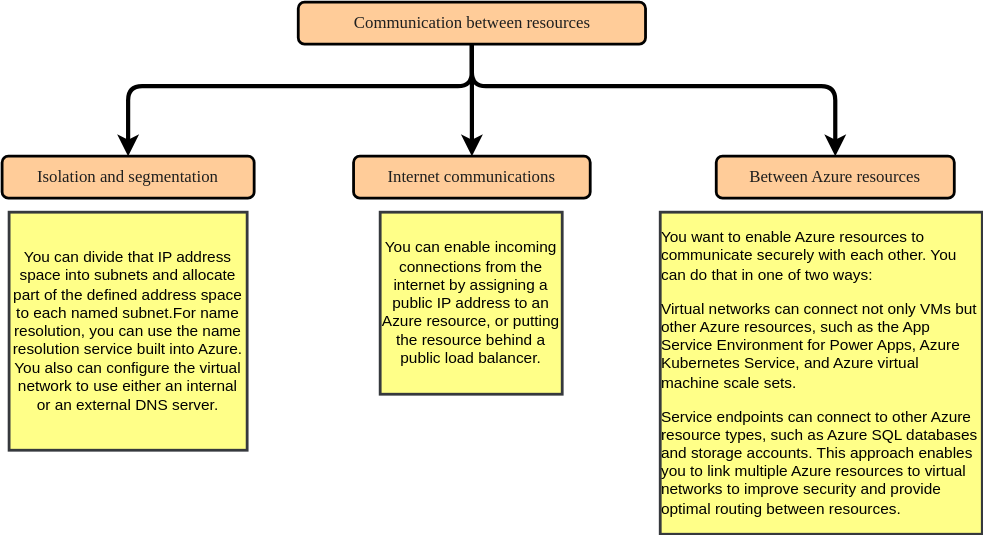
The draw.io diagram azure/fundamentals/Azure.communications.drawio.svg in sunnybharne/draw.io, before a commit. Source tidied: cells renumbered, new cells last; positions are measured from the earlier drawing's top-left corner, leaving out a move shared by most shapes.
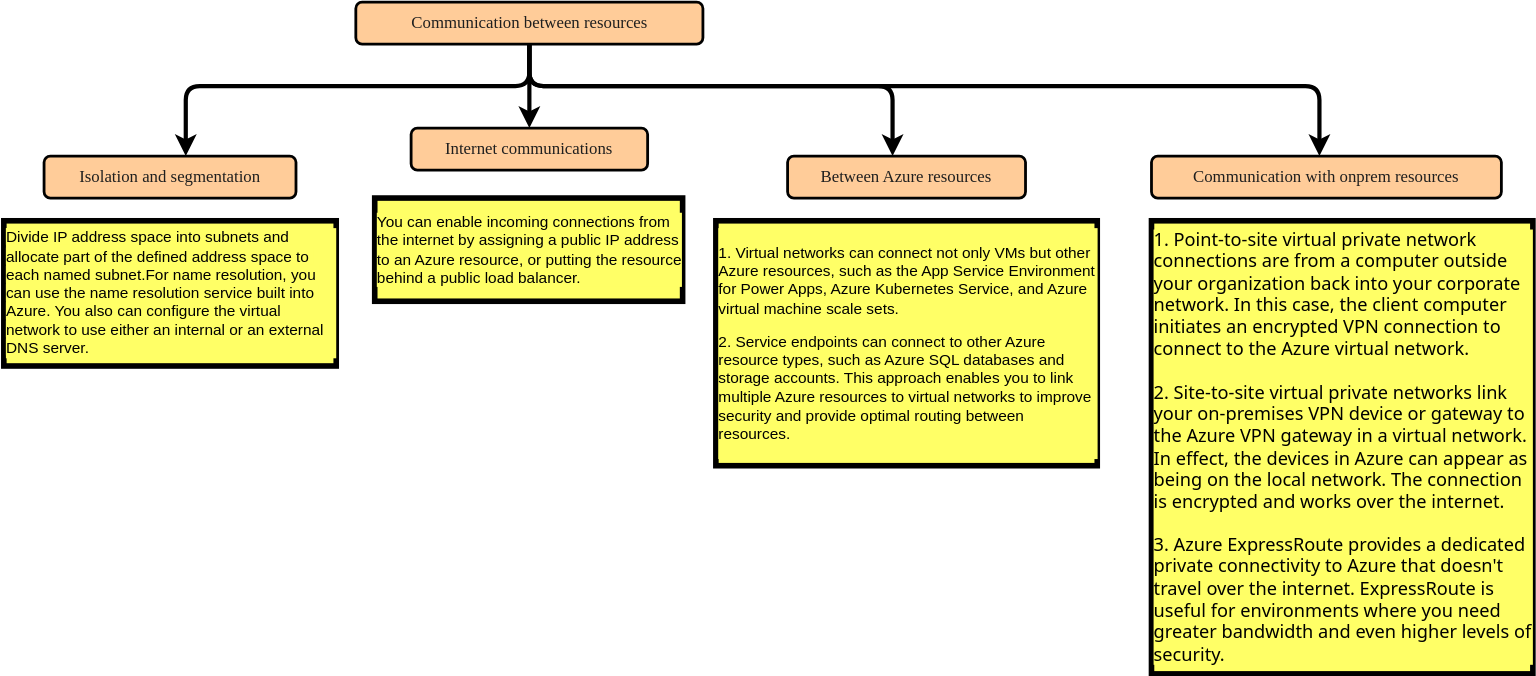
The same file after the commit.

The edit, as a diff of the source:
```diff
@@ -21,6 +21,14 @@
         </Array>
       </mxGeometry>
     </mxCell>
+    <mxCell id="13" style="edgeStyle=orthogonalEdgeStyle;shape=connector;curved=0;rounded=1;jettySize=auto;html=1;strokeColor=default;strokeWidth=3;align=center;verticalAlign=middle;fontFamily=Helvetica;fontSize=11;fontColor=default;labelBackgroundColor=default;endArrow=classic;" parent="1" edge="1" source="5" target="16">
+      <mxGeometry relative="1" as="geometry">
+        <Array as="points">
+          <mxPoint x="336" y="60" />
+          <mxPoint x="900" y="60" />
+        </Array>
+      </mxGeometry>
+    </mxCell>
     <mxCell id="5" value="&lt;span style=&quot;white-space: pre-wrap; color: rgb(31, 31, 31);&quot;&gt;Communication between resources&lt;/span&gt;" style="rounded=1;whiteSpace=wrap;html=1;align=center;fillColor=#FFCC99;strokeColor=#000000;strokeWidth=2;fontFamily=Verdana;glass=0;" parent="1" vertex="1">
       <mxGeometry x="211.5" width="248" height="30" as="geometry" />
     </mxCell>
@@ -28,22 +36,28 @@
       <mxGeometry relative="1" as="geometry" />
     </mxCell>
     <mxCell id="7" value="&lt;span style=&quot;text-align: start; white-space: pre-wrap; color: rgb(31, 31, 31);&quot;&gt;Isolation and segmentation&lt;/span&gt;" style="rounded=1;whiteSpace=wrap;html=1;align=center;fillColor=#FFCC99;strokeColor=#000000;strokeWidth=2;fontFamily=Verdana;glass=0;labelBorderColor=none;labelBackgroundColor=none;" parent="1" vertex="1">
-      <mxGeometry y="110" width="180" height="30" as="geometry" />
+      <mxGeometry x="-11.2" y="110" width="180" height="30" as="geometry" />
     </mxCell>
     <mxCell id="8" value="&lt;span style=&quot;text-align: start; white-space: pre-wrap; color: rgb(31, 31, 31);&quot;&gt;Between Azure resources&lt;/span&gt;" style="rounded=1;whiteSpace=wrap;html=1;align=center;fillColor=#FFCC99;strokeColor=#000000;strokeWidth=2;fontFamily=Verdana;glass=0;labelBorderColor=none;labelBackgroundColor=none;" parent="1" vertex="1">
-      <mxGeometry x="510" y="110" width="170" height="30" as="geometry" />
+      <mxGeometry x="520" y="110" width="170" height="30" as="geometry" />
     </mxCell>
     <mxCell id="9" value="&lt;span style=&quot;text-align: start; white-space: pre-wrap; color: rgb(31, 31, 31);&quot;&gt;Internet communications&lt;/span&gt;" style="rounded=1;whiteSpace=wrap;html=1;align=center;fillColor=#FFCC99;strokeColor=#000000;strokeWidth=2;fontFamily=Verdana;glass=0;labelBorderColor=none;labelBackgroundColor=none;" parent="1" vertex="1">
-      <mxGeometry x="251" y="110" width="169" height="30" as="geometry" />
+      <mxGeometry x="251" y="90" width="169" height="30" as="geometry" />
     </mxCell>
-    <mxCell id="10" value="&lt;span style=&quot;text-align: start; white-space: pre-wrap;&quot;&gt;You can divide that IP address space into &lt;/span&gt;&lt;span style=&quot;text-align: start; white-space: pre-wrap;&quot;&gt;subnets and allocate part of the defined &lt;/span&gt;&lt;span style=&quot;text-align: start; white-space: pre-wrap;&quot;&gt;address space to each named subnet.For &lt;/span&gt;&lt;span style=&quot;text-align: start; white-space: pre-wrap;&quot;&gt;name resolution, you can use the name &lt;/span&gt;&lt;span style=&quot;text-align: start; white-space: pre-wrap;&quot;&gt;resolution service built into Azure. You also &lt;/span&gt;&lt;span style=&quot;text-align: start; white-space: pre-wrap;&quot;&gt;can configure the virtual network to use &lt;/span&gt;&lt;span style=&quot;text-align: start; white-space: pre-wrap;&quot;&gt;either an internal or an external DNS server.&lt;/span&gt;" style="whiteSpace=wrap;html=1;rounded=0;glass=0;strokeWidth=2;align=center;verticalAlign=middle;fontFamily=Helvetica;fontSize=11;labelBackgroundColor=none;labelBorderColor=none;fillColor=#ffff88;strokeColor=#36393d;" parent="1" vertex="1">
-      <mxGeometry x="5" y="150" width="170" height="170" as="geometry" />
-    </mxCell>
-    <mxCell id="11" value="&lt;span style=&quot;text-align: start; white-space: pre-wrap;&quot;&gt;You can enable incoming &lt;/span&gt;&lt;span style=&quot;text-align: start; white-space: pre-wrap;&quot;&gt;connections from the internet by &lt;/span&gt;&lt;span style=&quot;text-align: start; white-space: pre-wrap;&quot;&gt;assigning a public IP address to &lt;/span&gt;&lt;span style=&quot;text-align: start; white-space: pre-wrap;&quot;&gt;an Azure resource, or putting &lt;/span&gt;&lt;span style=&quot;text-align: start; white-space: pre-wrap;&quot;&gt;the resource behind a public &lt;/span&gt;&lt;span style=&quot;text-align: start; white-space: pre-wrap;&quot;&gt;load balancer.&lt;/span&gt;" style="whiteSpace=wrap;html=1;rounded=0;glass=0;strokeWidth=2;align=center;verticalAlign=middle;fontFamily=Helvetica;fontSize=11;labelBackgroundColor=none;labelBorderColor=none;fillColor=#ffff88;strokeColor=#36393d;" parent="1" vertex="1">
-      <mxGeometry x="270" y="150" width="130" height="130" as="geometry" />
+    <mxCell id="11" value="&lt;span style=&quot;caret-color: rgb(0, 0, 0); color: rgb(0, 0, 0); font-family: Helvetica; font-size: 11px; font-style: normal; font-variant-caps: normal; font-weight: 400; letter-spacing: normal; orphans: auto; text-align: left; text-indent: 0px; text-transform: none; white-space: pre-wrap; widows: auto; word-spacing: 0px; -webkit-text-stroke-width: 0px; text-decoration: none;&quot;&gt;You can enable incoming &lt;/span&gt;&lt;span style=&quot;caret-color: rgb(0, 0, 0); color: rgb(0, 0, 0); font-family: Helvetica; font-size: 11px; font-style: normal; font-variant-caps: normal; font-weight: 400; letter-spacing: normal; orphans: auto; text-align: left; text-indent: 0px; text-transform: none; white-space: pre-wrap; widows: auto; word-spacing: 0px; -webkit-text-stroke-width: 0px; text-decoration: none;&quot;&gt;connections from the internet by &lt;/span&gt;&lt;span style=&quot;caret-color: rgb(0, 0, 0); color: rgb(0, 0, 0); font-family: Helvetica; font-size: 11px; font-style: normal; font-variant-caps: normal; font-weight: 400; letter-spacing: normal; orphans: auto; text-align: left; text-indent: 0px; text-transform: none; white-space: pre-wrap; widows: auto; word-spacing: 0px; -webkit-text-stroke-width: 0px; text-decoration: none;&quot;&gt;assigning a public IP address to &lt;/span&gt;&lt;span style=&quot;caret-color: rgb(0, 0, 0); color: rgb(0, 0, 0); font-family: Helvetica; font-size: 11px; font-style: normal; font-variant-caps: normal; font-weight: 400; letter-spacing: normal; orphans: auto; text-align: left; text-indent: 0px; text-transform: none; white-space: pre-wrap; widows: auto; word-spacing: 0px; -webkit-text-stroke-width: 0px; text-decoration: none;&quot;&gt;an Azure resource, or putting &lt;/span&gt;&lt;span style=&quot;caret-color: rgb(0, 0, 0); color: rgb(0, 0, 0); font-family: Helvetica; font-size: 11px; font-style: normal; font-variant-caps: normal; font-weight: 400; letter-spacing: normal; orphans: auto; text-align: left; text-indent: 0px; text-transform: none; white-space: pre-wrap; widows: auto; word-spacing: 0px; -webkit-text-stroke-width: 0px; text-decoration: none;&quot;&gt;the resource behind a public &lt;/span&gt;&lt;span style=&quot;caret-color: rgb(0, 0, 0); color: rgb(0, 0, 0); font-family: Helvetica; font-size: 11px; font-style: normal; font-variant-caps: normal; font-weight: 400; letter-spacing: normal; orphans: auto; text-align: left; text-indent: 0px; text-transform: none; white-space: pre-wrap; widows: auto; word-spacing: 0px; -webkit-text-stroke-width: 0px; text-decoration: none;&quot;&gt;load balancer.&lt;/span&gt;" style="rounded=0;whiteSpace=wrap;html=1;glass=0;strokeColor=#000000;strokeWidth=4;align=left;verticalAlign=middle;fontFamily=Helvetica;fontSize=11;fontColor=default;labelBackgroundColor=#FFFF66;fillColor=#FFFF66;" parent="1" vertex="1">
+      <mxGeometry x="225" y="140" width="220" height="73.8" as="geometry" />
     </mxCell>
-    <mxCell id="12" value="&lt;p dir=&quot;ltr&quot; style=&quot;text-align: start;&quot;&gt;&lt;span style=&quot;white-space: pre-wrap;&quot;&gt;You want to enable Azure resources to communicate securely &lt;/span&gt;&lt;span style=&quot;white-space: pre-wrap;&quot;&gt;with each other. You can do that in one of two ways:&lt;/span&gt;&lt;/p&gt;&lt;p dir=&quot;ltr&quot; style=&quot;text-align: start;&quot;&gt;&lt;span style=&quot;white-space: pre-wrap;&quot;&gt;Virtual networks can connect not only VMs but other Azure &lt;/span&gt;&lt;span style=&quot;white-space: pre-wrap;&quot;&gt;resources, such as the App Service Environment for Power &lt;/span&gt;&lt;span style=&quot;white-space: pre-wrap;&quot;&gt;Apps, Azure Kubernetes Service, and Azure virtual machine &lt;/span&gt;&lt;span style=&quot;white-space: pre-wrap;&quot;&gt;scale sets.&lt;/span&gt;&lt;/p&gt;&lt;p dir=&quot;ltr&quot; style=&quot;text-align: start;&quot;&gt;&lt;span style=&quot;white-space: pre-wrap;&quot;&gt;Service endpoints can connect to other Azure resource &lt;/span&gt;&lt;span style=&quot;white-space: pre-wrap;&quot;&gt;types, such as Azure SQL databases and storage accounts. &lt;/span&gt;&lt;span style=&quot;white-space: pre-wrap;&quot;&gt;This approach enables you to link multiple Azure resources &lt;/span&gt;&lt;span style=&quot;white-space: pre-wrap;&quot;&gt;to virtual networks to improve security and provide optimal &lt;/span&gt;&lt;span style=&quot;white-space: pre-wrap;&quot;&gt;routing between resources.&lt;/span&gt;&lt;/p&gt;" style="whiteSpace=wrap;html=1;rounded=0;glass=0;strokeWidth=2;align=center;verticalAlign=middle;fontFamily=Helvetica;fontSize=11;labelBackgroundColor=none;fillColor=#ffff88;strokeColor=#36393d;" parent="1" vertex="1">
-      <mxGeometry x="470" y="150" width="230" height="230" as="geometry" />
-    </mxCell>
+    <mxCell id="14" value="&lt;p dir=&quot;ltr&quot;&gt;&lt;span style=&quot;text-wrap-mode: wrap;&quot;&gt;1.&amp;nbsp;&lt;/span&gt;&lt;span style=&quot;white-space: pre-wrap;&quot;&gt;Virtual networks can connect not only VMs but other Azure &lt;/span&gt;&lt;span style=&quot;white-space: pre-wrap;&quot;&gt;resources, such as the App Service Environment for Power &lt;/span&gt;&lt;span style=&quot;white-space: pre-wrap;&quot;&gt;Apps, Azure Kubernetes Service, and Azure virtual machine &lt;/span&gt;&lt;span style=&quot;white-space: pre-wrap;&quot;&gt;scale sets.&lt;/span&gt;&lt;br&gt;&lt;/p&gt;&lt;p dir=&quot;ltr&quot;&gt;&lt;span style=&quot;white-space: pre-wrap;&quot;&gt;2. Service endpoints can connect to other Azure resource &lt;/span&gt;&lt;span style=&quot;white-space: pre-wrap;&quot;&gt;types, such as Azure SQL databases and storage accounts. &lt;/span&gt;&lt;span style=&quot;white-space: pre-wrap;&quot;&gt;This approach enables you to link multiple Azure resources &lt;/span&gt;&lt;span style=&quot;white-space: pre-wrap;&quot;&gt;to virtual networks to improve security and provide optimal &lt;/span&gt;&lt;span style=&quot;white-space: pre-wrap;&quot;&gt;routing between resources.&lt;/span&gt;&lt;/p&gt;" style="rounded=0;whiteSpace=wrap;html=1;glass=0;strokeColor=#000000;strokeWidth=4;align=left;verticalAlign=middle;fontFamily=Helvetica;fontSize=11;fontColor=default;labelBackgroundColor=#FFFF66;fillColor=#FFFF66;" parent="1" vertex="1">
+      <mxGeometry x="468.8" y="156.2" width="272.5" height="175" as="geometry" />
+    </mxCell>
+    <mxCell id="15" value="&lt;span style=&quot;white-space: pre-wrap; background-color: rgb(255, 255, 102);&quot;&gt;Divide IP address space into &lt;/span&gt;&lt;span style=&quot;white-space: pre-wrap; background-color: rgb(255, 255, 102);&quot;&gt;subnets and allocate part of the defined &lt;/span&gt;&lt;span style=&quot;white-space: pre-wrap; background-color: rgb(255, 255, 102);&quot;&gt;address space to each named subnet.For &lt;/span&gt;&lt;span style=&quot;white-space: pre-wrap; background-color: rgb(255, 255, 102);&quot;&gt;name resolution, you can use the name &lt;/span&gt;&lt;span style=&quot;white-space: pre-wrap; background-color: rgb(255, 255, 102);&quot;&gt;resolution service built into Azure. You also &lt;/span&gt;&lt;span style=&quot;white-space: pre-wrap; background-color: rgb(255, 255, 102);&quot;&gt;can configure the virtual network to use &lt;/span&gt;&lt;span style=&quot;white-space: pre-wrap; background-color: rgb(255, 255, 102);&quot;&gt;either an internal or an external DNS server.&lt;/span&gt;" style="rounded=0;whiteSpace=wrap;html=1;glass=0;strokeWidth=4;align=left;verticalAlign=middle;fontFamily=Helvetica;fontSize=11;labelBackgroundColor=#FFFF66;fillColor=#FFFF66;strokeColor=#000000;fontColor=default;" parent="1" vertex="1">
+      <mxGeometry x="-40" y="156.2" width="237.5" height="103.8" as="geometry" />
+    </mxCell>
+    <mxCell id="16" value="&lt;span style=&quot;text-align: start; white-space: pre-wrap; color: rgb(31, 31, 31);&quot;&gt;Communication with onprem resources&lt;/span&gt;" style="rounded=1;whiteSpace=wrap;html=1;align=center;fillColor=#FFCC99;strokeColor=#000000;strokeWidth=2;fontFamily=Verdana;glass=0;labelBorderColor=none;labelBackgroundColor=none;" parent="1" vertex="1">
+      <mxGeometry x="780" y="110" width="250" height="30" as="geometry" />
+    </mxCell>
+    <mxCell id="17" value="&lt;span style=&quot;caret-color: rgb(230, 230, 230); font-family: &amp;quot;Segoe UI&amp;quot;, SegoeUI, &amp;quot;Helvetica Neue&amp;quot;, Helvetica, Arial, sans-serif; font-size: 13px;&quot;&gt;1. Point-to-site virtual private network connections are from a computer outside your organization back into your corporate network. In this case, the client computer initiates an encrypted VPN connection to connect to the Azure virtual network.&lt;/span&gt;&lt;div&gt;&lt;font size=&quot;2&quot; face=&quot;Segoe UI, SegoeUI, Helvetica Neue, Helvetica, Arial, sans-serif&quot;&gt;&lt;span style=&quot;caret-color: rgb(230, 230, 230);&quot;&gt;&lt;br&gt;&lt;/span&gt;&lt;/font&gt;&lt;span style=&quot;caret-color: rgb(230, 230, 230); font-family: &amp;quot;Segoe UI&amp;quot;, SegoeUI, &amp;quot;Helvetica Neue&amp;quot;, Helvetica, Arial, sans-serif; font-size: 13px;&quot;&gt;2. Site-to-site virtual private networks link your on-premises VPN device or gateway to the Azure VPN gateway in a virtual network. In effect, the devices in Azure can appear as being on the local network. The connection is encrypted and works over the internet.&lt;/span&gt;&lt;/div&gt;&lt;div&gt;&lt;font size=&quot;2&quot; face=&quot;Segoe UI, SegoeUI, Helvetica Neue, Helvetica, Arial, sans-serif&quot;&gt;&lt;span style=&quot;caret-color: rgb(230, 230, 230);&quot;&gt;&lt;br&gt;&lt;/span&gt;&lt;/font&gt;&lt;span style=&quot;caret-color: rgb(230, 230, 230); font-family: &amp;quot;Segoe UI&amp;quot;, SegoeUI, &amp;quot;Helvetica Neue&amp;quot;, Helvetica, Arial, sans-serif; font-size: 13px;&quot;&gt;3. Azure ExpressRoute provides a dedicated private connectivity to Azure that doesn't travel over the internet. ExpressRoute is useful for environments where you need greater bandwidth and even higher levels of security.&lt;/span&gt;&lt;br&gt;&lt;/div&gt;" style="rounded=0;whiteSpace=wrap;html=1;glass=0;strokeColor=#000000;strokeWidth=4;align=left;verticalAlign=middle;fontFamily=Helvetica;fontSize=11;fontColor=default;labelBackgroundColor=#FFFF66;fillColor=#FFFF66;" parent="1" vertex="1">
+      <mxGeometry x="780" y="156.2" width="272.5" height="323.8" as="geometry" />
+    </mxCell>
   </root>
 </mxGraphModel>
```
